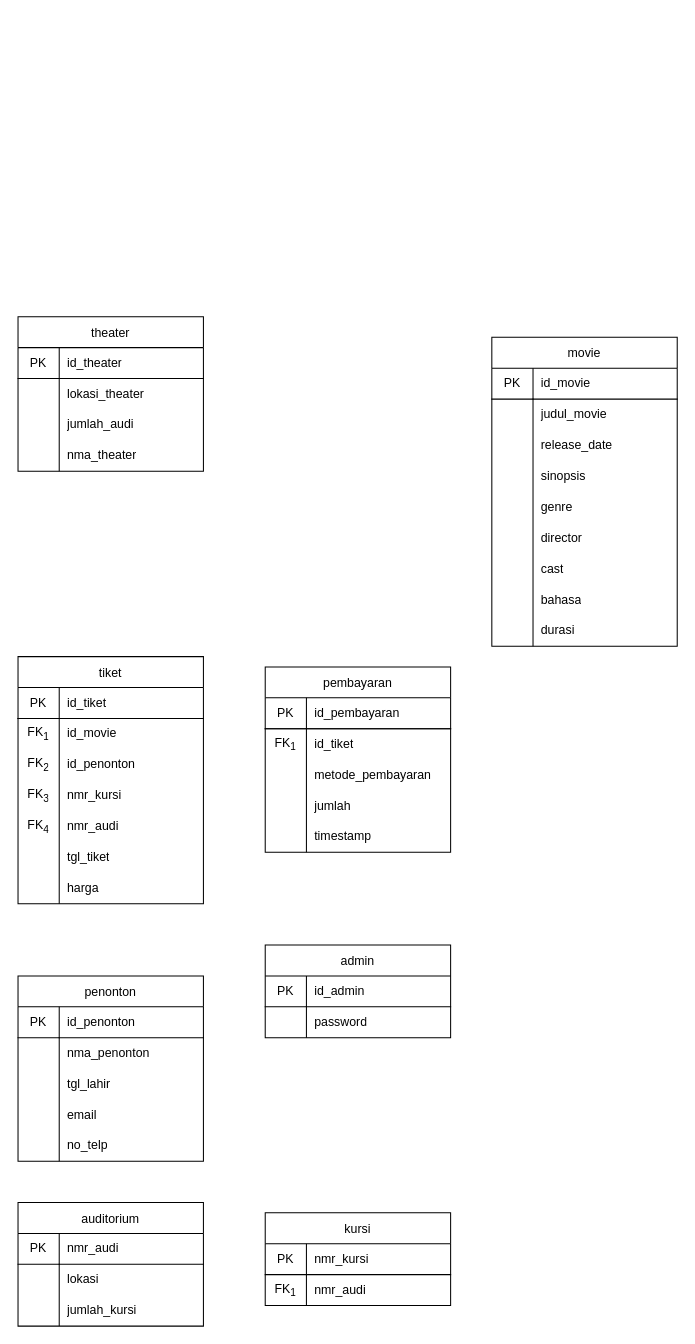
vinnnna/sistem-basis-data keeps this draw.io diagram as movie_cdm.drawio. Above is the earlier version. Source tidied: cells renumbered, new cells numbered last; positions are measured from the earlier drawing's top-left corner, leaving out a move shared by most shapes. Both pictures are drawn from the tidied source at 103%, with x=0, y=0 at pixel (18, 316).
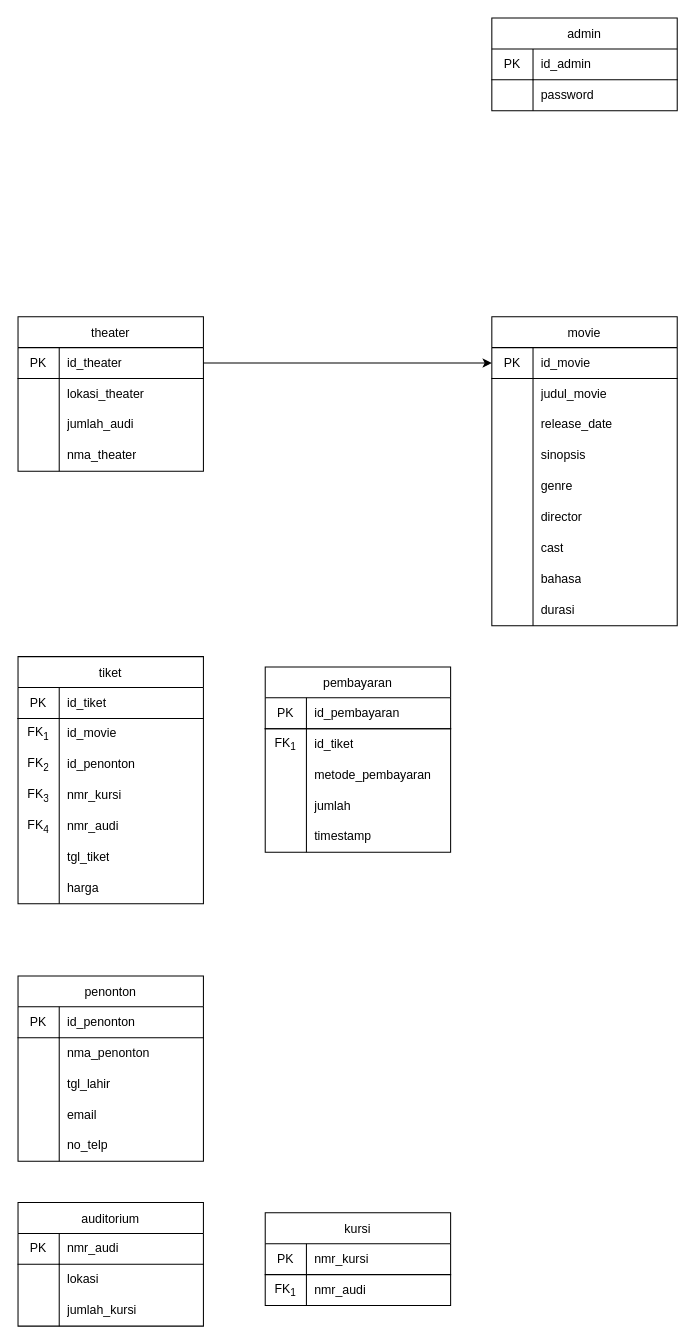
The same diagram, later.

The change refers to these unchanged cells:
```xml
<mxCell id="3" style="shape=tableRow;horizontal=0;startSize=0;swimlaneHead=0;swimlaneBody=0;top=0;left=0;bottom=0;right=0;fillColor=none;points=[[0,0.5],[1,0.5]];portConstraint=eastwest;strokeColor=inherit;fontSize=12;" parent="2" vertex="1">
  <mxGeometry y="30" width="180" height="30" as="geometry" />
</mxCell>
<mxCell id="16" style="shape=tableRow;horizontal=0;startSize=0;swimlaneHead=0;swimlaneBody=0;top=0;left=0;bottom=0;right=0;fillColor=none;points=[[0,0.5],[1,0.5]];portConstraint=eastwest;strokeColor=inherit;fontSize=12;" parent="15" vertex="1">
  <mxGeometry y="30" width="180" height="30" as="geometry" />
</mxCell>
```

Diff of the diagram source:
```diff
@@
     <mxCell id="15" value="movie" style="shape=table;startSize=30;childLayout=tableLayout;rowLines=0;fontStyle=0;strokeColor=default;fontSize=12;" parent="1" vertex="1">
-      <mxGeometry x="460" y="20" width="180" height="300" as="geometry" />
+      <mxGeometry x="460" width="180" height="300" as="geometry" />
     </mxCell>
@@
     <mxCell id="97" value="admin" style="shape=table;startSize=30;childLayout=tableLayout;rowLines=0;fontStyle=0;strokeColor=default;fontSize=12;" parent="1" vertex="1">
-      <mxGeometry x="240" y="610" width="180" height="90" as="geometry" />
+      <mxGeometry x="460" y="-290" width="180" height="90" as="geometry" />
     </mxCell>
@@
+    <mxCell id="121" style="edgeStyle=orthogonalEdgeStyle;rounded=0;jettySize=auto;html=1;exitX=1;exitY=0.5;exitDx=0;exitDy=0;entryX=0;entryY=0.5;entryDx=0;entryDy=0;" parent="1" edge="1" source="3" target="16">
+      <mxGeometry relative="1" as="geometry" />
+    </mxCell>
```
